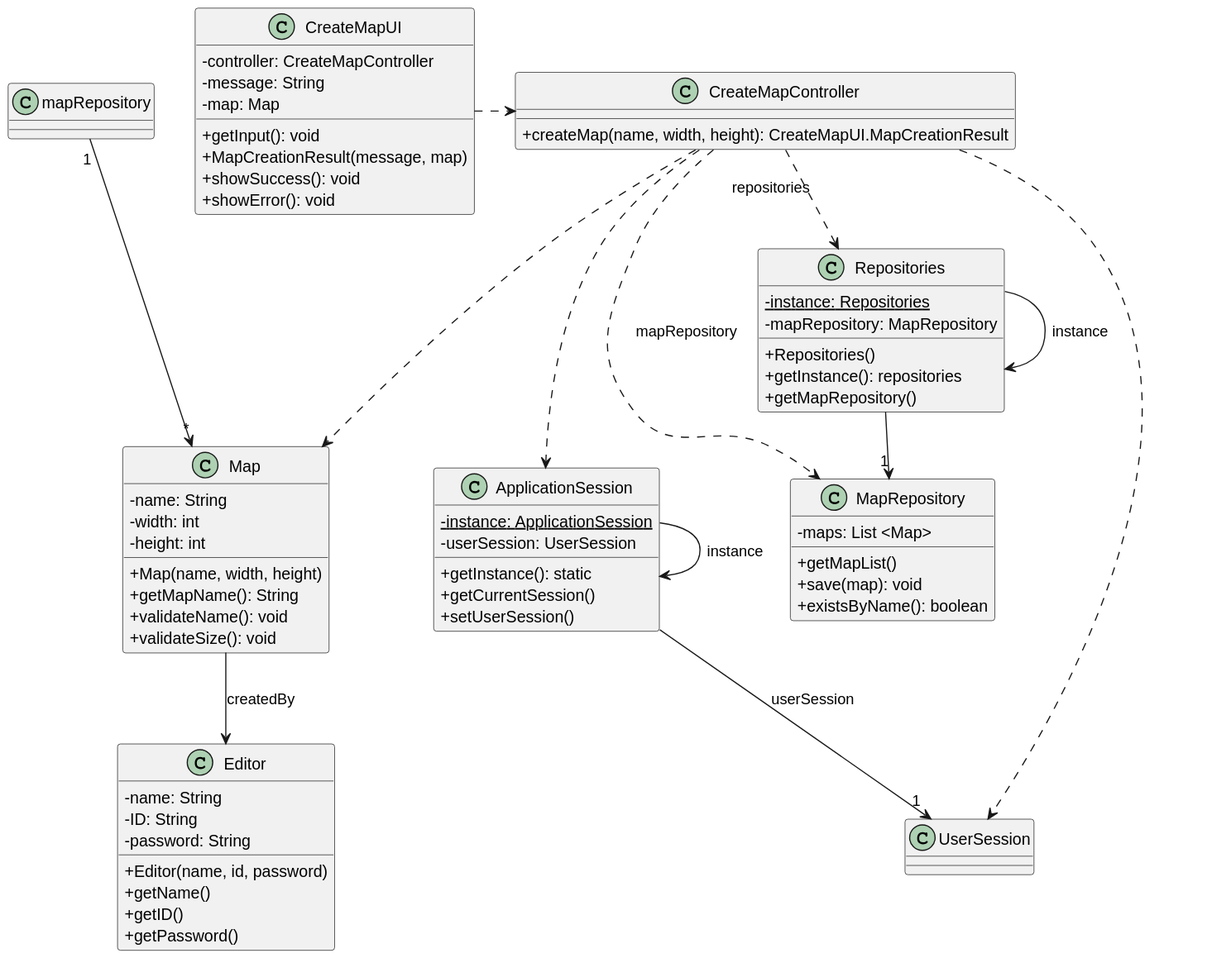
Above: docs/sprint2/us001/03.design/svg/us001-class-diagram.svg in ivasduarte/all-aboard (PlantUML), before the change.
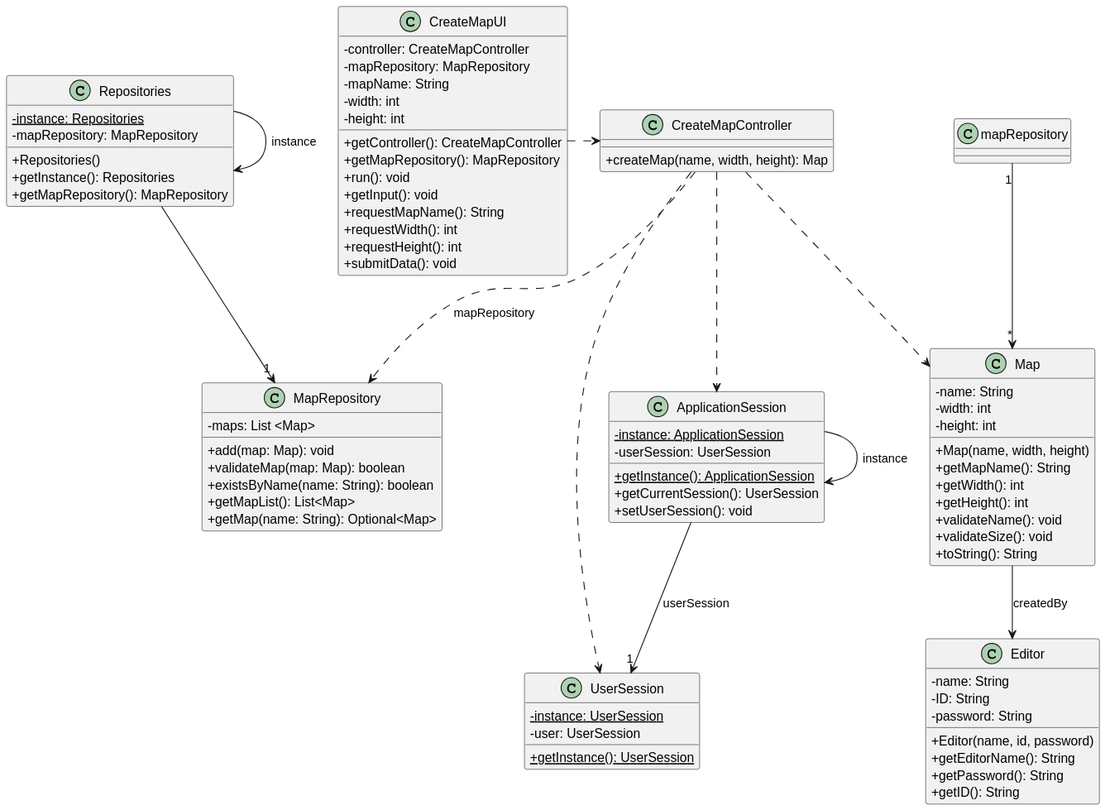
After the commit.

Commit message:
US001(docs): update of class diagram + svg, according to code

What changed in the source:
```diff
@@ -1,25 +1,46 @@
 @startuml
 skinparam classAttributeIconSize 0
 
+class Map {
+    -name: String
+    -width: int
+    -height: int
+    +Map(name, width, height)
+    +getMapName(): String
+    +getWidth(): int
+    +getHeight(): int
+    +validateName(): void
+    +validateSize(): void
+    +toString(): String
+}
+
 class CreateMapUI {
     -controller: CreateMapController
-    -message: String
-    -map: Map
+    -mapRepository: MapRepository
+    -mapName: String
+    -width: int
+    -height: int
+    +getController(): CreateMapController
+    +getMapRepository(): MapRepository
+    +run(): void
     +getInput(): void
-    +MapCreationResult(message, map)
-    +showSuccess(): void
-    +showError(): void
+    +requestMapName(): String
+    +requestWidth(): int
+    +requestHeight(): int
+    +submitData(): void
 }
 
 class CreateMapController {
-    +createMap(name, width, height): CreateMapUI.MapCreationResult
+    +createMap(name, width, height): Map
 }
 
 class MapRepository {
     -maps: List <Map>
-    +getMapList()
-    +save(map): void
-    +existsByName(): boolean
+    +add(map: Map): void
+    +validateMap(map: Map): boolean
+    +existsByName(name: String): boolean
+    +getMapList(): List<Map>
+    +getMap(name: String): Optional<Map>
 }
 
 class Editor {
@@ -27,56 +48,46 @@
     -ID: String
     -password: String
     +Editor(name, id, password)
-    +getName()
-    +getID()
-    +getPassword()
+    +getEditorName(): String
+    +getPassword(): String
+    +getID(): String
 }
-
-class Map {
-    -name: String
-    -width: int
-    -height: int
-    +Map(name, width, height)
-    +getMapName(): String
-    +validateName(): void
-    +validateSize(): void
-}
-
 
 class Repositories {
     -instance: Repositories{static}
     -mapRepository: MapRepository
     +Repositories()
-    +getInstance(): repositories
-    +getMapRepository()
+    +getInstance(): Repositories
+    +getMapRepository(): MapRepository
 }
 
 class ApplicationSession {
     -instance: ApplicationSession{static}
     -userSession: UserSession
-    +getInstance(): static
-    +getCurrentSession()
-    +setUserSession()
+    +getInstance(): ApplicationSession{static}
+    +getCurrentSession(): UserSession
+    +setUserSession(): void
 }
 
-class UserSession {}
+class UserSession {
+    -instance: UserSession{static}
+    -user: UserSession
+    +getInstance(): UserSession{static}
+}
 
 Repositories -> Repositories : instance
 ApplicationSession -> ApplicationSession : instance
 
 CreateMapUI .> CreateMapController
-CreateMapController .> Repositories : repositories
-
-Repositories -> "1" MapRepository
 CreateMapController ..> Map
+CreateMapController ..> ApplicationSession
+CreateMapController ..> UserSession
 CreateMapController ..> MapRepository : mapRepository
 
+Repositories --> "1" MapRepository
+
 ApplicationSession --> "1" UserSession : userSession
-
-CreateMapController ..> ApplicationSession
-CreateMapController ..> UserSession
+Map --> Editor : createdBy
 
 mapRepository "1" --> "*" Map
-
-Map --> Editor : createdBy
 @enduml
```
